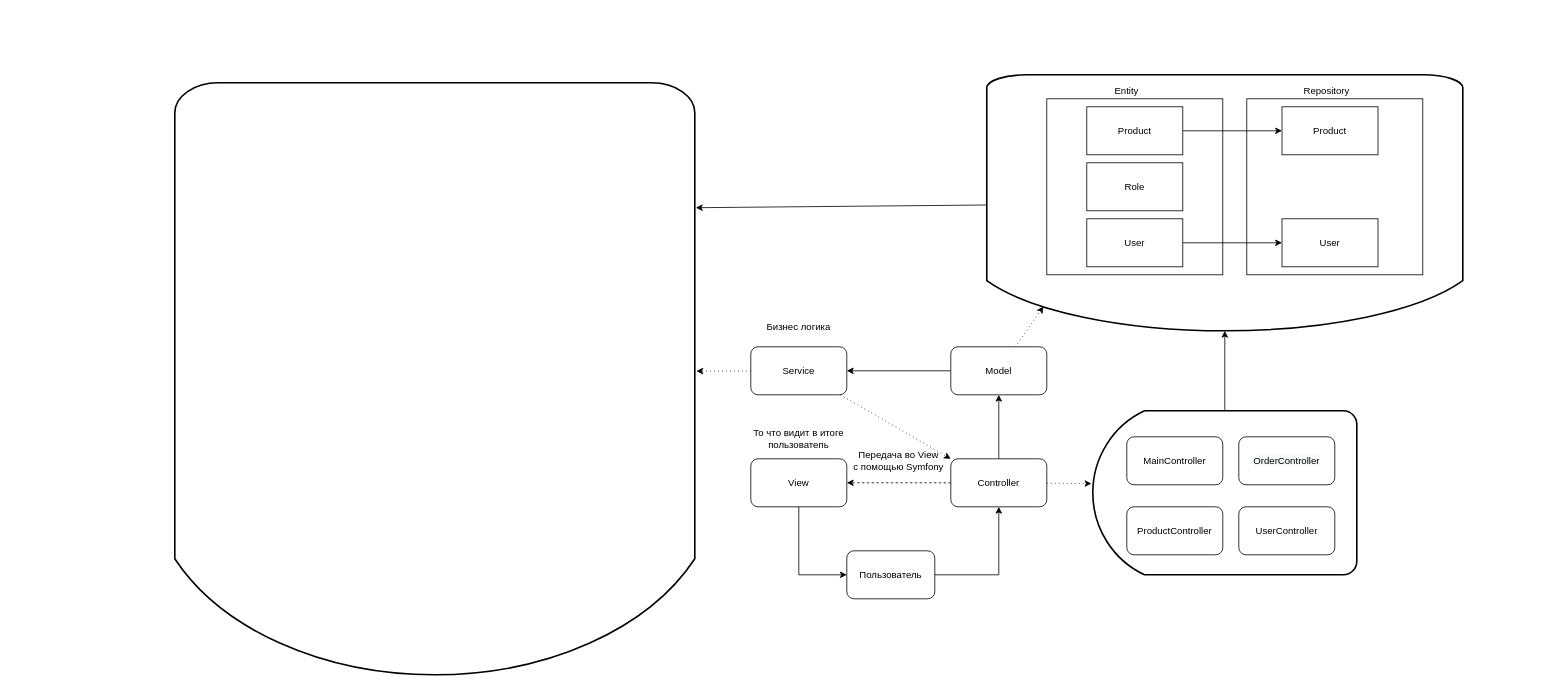
This is Untitled Diagram.drawio from sergeykotenkogithub/phpShop, a draw.io file, before an edit. Source tidied: cells renumbered, new cells numbered last; positions are measured from the earlier drawing's top-left corner, leaving out a move shared by most shapes. Both pictures are drawn from the tidied source at 80%, with x=0, y=0 at pixel (174, 74).
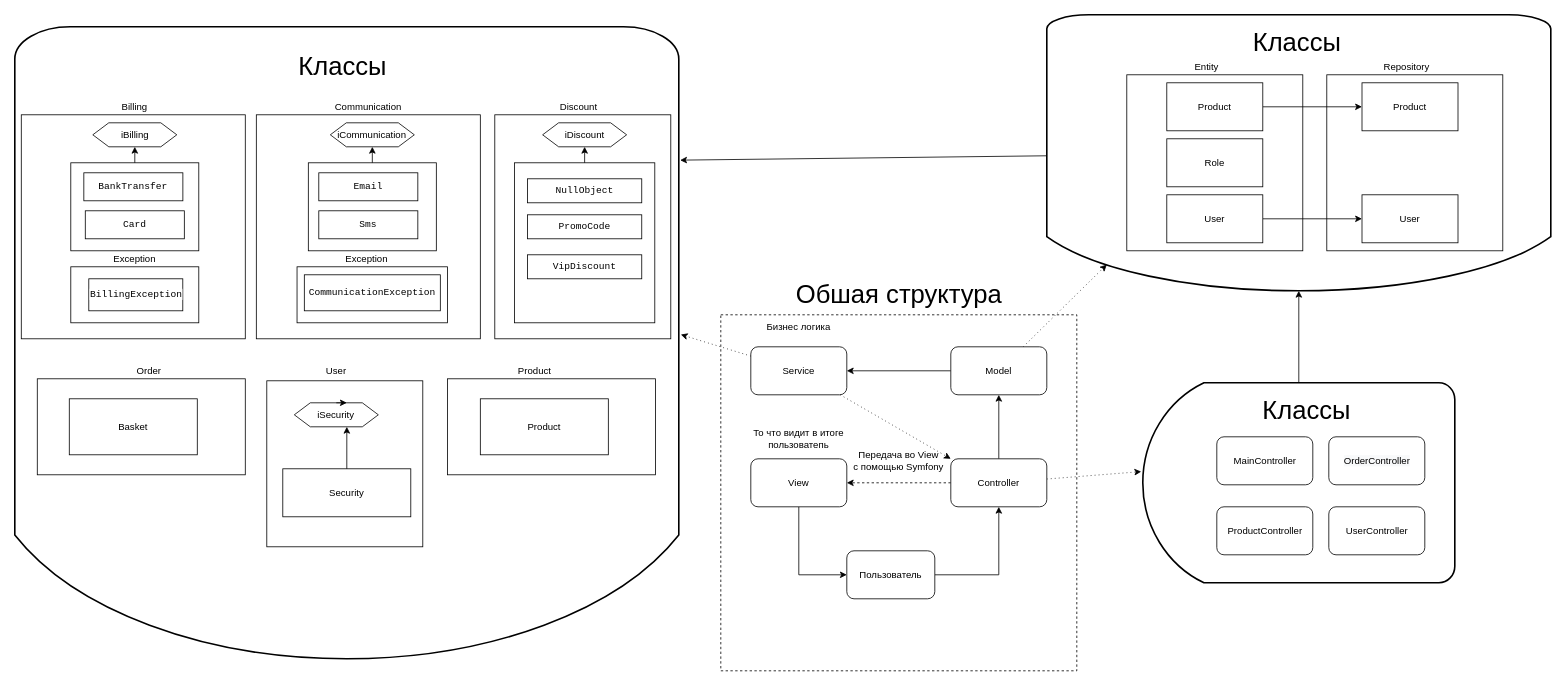
The same page after the edit.

What changed in the source:
```diff
@@
     <mxCell id="21" style="strokeWidth=2;html=1;shape=mxgraph.flowchart.delay;whiteSpace=wrap;shadow=0;labelBackgroundColor=none;sketch=0;fillColor=#ffffff;gradientColor=none;direction=west;" parent="1" vertex="1">
-      <mxGeometry x="1147.5" y="420" width="330" height="205" as="geometry" />
+      <mxGeometry x="1210" y="385" width="390" height="250" as="geometry" />
     </mxCell>
     <mxCell id="22" value="&lt;span&gt;MainController&lt;/span&gt;" style="rounded=1;whiteSpace=wrap;html=1;shadow=0;labelBackgroundColor=none;sketch=0;fillColor=#ffffff;gradientColor=none;" parent="1" vertex="1">
-      <mxGeometry x="1190" y="452.5" width="120" height="60" as="geometry" />
+      <mxGeometry x="1302.5" y="452.5" width="120" height="60" as="geometry" />
     </mxCell>
     <mxCell id="23" value="&#10;&#10;&lt;span style=&quot;color: rgb(0, 0, 0); font-family: helvetica; font-size: 12px; font-style: normal; font-weight: 400; letter-spacing: normal; text-align: center; text-indent: 0px; text-transform: none; word-spacing: 0px; background-color: rgb(248, 249, 250); display: inline; float: none;&quot;&gt;OrderController&lt;/span&gt;&#10;&#10;" style="rounded=1;whiteSpace=wrap;html=1;shadow=0;labelBackgroundColor=none;sketch=0;fillColor=#ffffff;gradientColor=none;" parent="1" vertex="1">
-      <mxGeometry x="1330" y="452.5" width="120" height="60" as="geometry" />
+      <mxGeometry x="1442.5" y="452.5" width="120" height="60" as="geometry" />
     </mxCell>
     <mxCell id="24" value="&lt;span&gt;ProductController&lt;/span&gt;" style="rounded=1;whiteSpace=wrap;html=1;shadow=0;labelBackgroundColor=none;sketch=0;fillColor=#ffffff;gradientColor=none;" parent="1" vertex="1">
-      <mxGeometry x="1190" y="540" width="120" height="60" as="geometry" />
+      <mxGeometry x="1302.5" y="540" width="120" height="60" as="geometry" />
     </mxCell>
     <mxCell id="25" value="&lt;span&gt;UserController&lt;/span&gt;" style="rounded=1;whiteSpace=wrap;html=1;shadow=0;labelBackgroundColor=none;sketch=0;fillColor=#ffffff;gradientColor=none;" parent="1" vertex="1">
-      <mxGeometry x="1330" y="540" width="120" height="60" as="geometry" />
+      <mxGeometry x="1442.5" y="540" width="120" height="60" as="geometry" />
     </mxCell>
@@
     <mxCell id="27" style="strokeWidth=2;html=1;shape=mxgraph.flowchart.delay;whiteSpace=wrap;shadow=0;labelBackgroundColor=none;sketch=0;fillColor=#ffffff;gradientColor=none;direction=south;" parent="1" vertex="1">
-      <mxGeometry x="1015" width="595" height="320" as="geometry" />
+      <mxGeometry x="1090" y="-75" width="630" height="345" as="geometry" />
     </mxCell>
     <mxCell id="28" style="edgeStyle=none;rounded=0;orthogonalLoop=1;jettySize=auto;html=1;exitX=0;exitY=0.5;exitDx=0;exitDy=0;exitPerimeter=0;dashed=1;dashPattern=1 4;" parent="1" edge="1">
       <mxGeometry relative="1" as="geometry">
-        <mxPoint x="1295" y="60" as="sourcePoint" />
-        <mxPoint x="1295" y="60" as="targetPoint" />
+        <mxPoint x="1395" y="30" as="sourcePoint" />
+        <mxPoint x="1395" y="30" as="targetPoint" />
       </mxGeometry>
     </mxCell>
     <mxCell id="29" style="whiteSpace=wrap;html=1;shadow=0;labelBackgroundColor=none;sketch=0;fillColor=#ffffff;gradientColor=none;" parent="1" vertex="1">
-      <mxGeometry x="1090" y="30" width="220" height="220" as="geometry" />
+      <mxGeometry x="1190" width="220" height="220" as="geometry" />
     </mxCell>
     <mxCell id="30" style="whiteSpace=wrap;html=1;shadow=0;labelBackgroundColor=none;sketch=0;fillColor=#ffffff;gradientColor=none;" parent="1" vertex="1">
-      <mxGeometry x="1340" y="30" width="220" height="220" as="geometry" />
+      <mxGeometry x="1440" width="220" height="220" as="geometry" />
     </mxCell>
@@
     <mxCell id="32" value="Product" style="rounded=0;whiteSpace=wrap;html=1;shadow=0;labelBackgroundColor=none;sketch=0;fillColor=#ffffff;gradientColor=none;" parent="1" vertex="1">
-      <mxGeometry x="1140" y="40" width="120" height="60" as="geometry" />
+      <mxGeometry x="1240" y="10" width="120" height="60" as="geometry" />
     </mxCell>
     <mxCell id="33" value="Role" style="rounded=0;whiteSpace=wrap;html=1;shadow=0;labelBackgroundColor=none;sketch=0;fillColor=#ffffff;gradientColor=none;" parent="1" vertex="1">
-      <mxGeometry x="1140" y="110" width="120" height="60" as="geometry" />
+      <mxGeometry x="1240" y="80" width="120" height="60" as="geometry" />
     </mxCell>
     <mxCell id="34" value="Entity" style="text;html=1;strokeColor=none;fillColor=none;align=center;verticalAlign=middle;whiteSpace=wrap;rounded=0;shadow=0;labelBackgroundColor=none;sketch=0;" parent="1" vertex="1">
-      <mxGeometry x="1170" y="10" width="40" height="20" as="geometry" />
+      <mxGeometry x="1270" y="-20" width="40" height="20" as="geometry" />
     </mxCell>
     <mxCell id="35" value="Repository" style="text;html=1;strokeColor=none;fillColor=none;align=center;verticalAlign=middle;whiteSpace=wrap;rounded=0;shadow=0;labelBackgroundColor=none;sketch=0;" parent="1" vertex="1">
-      <mxGeometry x="1420" y="10" width="40" height="20" as="geometry" />
+      <mxGeometry x="1520" y="-20" width="40" height="20" as="geometry" />
     </mxCell>
@@
     <mxCell id="37" value="User" style="rounded=0;whiteSpace=wrap;html=1;shadow=0;labelBackgroundColor=none;sketch=0;fillColor=#ffffff;gradientColor=none;" parent="1" vertex="1">
-      <mxGeometry x="1140" y="180" width="120" height="60" as="geometry" />
+      <mxGeometry x="1240" y="150" width="120" height="60" as="geometry" />
     </mxCell>
     <mxCell id="38" value="Product" style="rounded=0;whiteSpace=wrap;html=1;shadow=0;labelBackgroundColor=none;sketch=0;fillColor=#ffffff;gradientColor=none;" parent="1" vertex="1">
-      <mxGeometry x="1384" y="40" width="120" height="60" as="geometry" />
+      <mxGeometry x="1484" y="10" width="120" height="60" as="geometry" />
     </mxCell>
     <mxCell id="39" value="User" style="rounded=0;whiteSpace=wrap;html=1;shadow=0;labelBackgroundColor=none;sketch=0;fillColor=#ffffff;gradientColor=none;" parent="1" vertex="1">
-      <mxGeometry x="1384" y="180" width="120" height="60" as="geometry" />
+      <mxGeometry x="1484" y="150" width="120" height="60" as="geometry" />
     </mxCell>
@@
     <mxCell id="41" style="strokeWidth=2;html=1;shape=mxgraph.flowchart.delay;whiteSpace=wrap;shadow=0;labelBackgroundColor=none;sketch=0;fillColor=#ffffff;gradientColor=none;direction=south;" parent="1" vertex="1">
-      <mxGeometry y="10" width="650" height="740" as="geometry" />
+      <mxGeometry x="-200" y="-60" width="830" height="790" as="geometry" />
     </mxCell>
+    <mxCell id="42" value="Billing" style="text;html=1;strokeColor=none;fillColor=none;align=center;verticalAlign=middle;whiteSpace=wrap;rounded=0;shadow=0;labelBackgroundColor=none;sketch=0;" parent="1" vertex="1">
+      <mxGeometry x="-70" y="30" width="40" height="20" as="geometry" />
+    </mxCell>
+    <mxCell id="43" style="whiteSpace=wrap;html=1;shadow=0;labelBackgroundColor=none;sketch=0;fillColor=#ffffff;gradientColor=none;" parent="1" vertex="1">
+      <mxGeometry x="-191.9" y="50" width="280" height="280" as="geometry" />
+    </mxCell>
+    <mxCell id="44" value="iBilling" style="shape=hexagon;perimeter=hexagonPerimeter2;whiteSpace=wrap;html=1;fixedSize=1;shadow=0;labelBackgroundColor=none;sketch=0;fillColor=#ffffff;gradientColor=none;" parent="1" vertex="1">
+      <mxGeometry x="-102.5" y="60" width="105" height="30" as="geometry" />
+    </mxCell>
+    <mxCell id="45" value="&lt;pre style=&quot;font-family: &amp;quot;jetbrains mono&amp;quot;, monospace;&quot;&gt;&lt;span style=&quot;background-color: rgb(255, 255, 255);&quot;&gt;BankTransfer&lt;/span&gt;&lt;/pre&gt;" style="rounded=0;whiteSpace=wrap;html=1;shadow=0;labelBackgroundColor=none;sketch=0;fillColor=#ffffff;gradientColor=none;" parent="1" vertex="1">
+      <mxGeometry x="-113.7" y="122.5" width="123.8" height="35" as="geometry" />
+    </mxCell>
+    <mxCell id="46" value="&lt;pre style=&quot;font-family: &amp;quot;jetbrains mono&amp;quot;, monospace;&quot;&gt;&lt;span style=&quot;background-color: rgb(255, 255, 255);&quot;&gt;Card&lt;/span&gt;&lt;/pre&gt;" style="rounded=0;whiteSpace=wrap;html=1;shadow=0;labelBackgroundColor=none;sketch=0;fillColor=#ffffff;gradientColor=none;" parent="1" vertex="1">
+      <mxGeometry x="-111.9" y="170" width="123.8" height="35" as="geometry" />
+    </mxCell>
+    <mxCell id="47" style="edgeStyle=none;rounded=0;jettySize=auto;html=1;" parent="1" edge="1" source="48" target="44">
+      <mxGeometry relative="1" as="geometry" />
+    </mxCell>
+    <mxCell id="48" style="rounded=0;whiteSpace=wrap;html=1;shadow=0;labelBackgroundColor=none;sketch=0;fillColor=none;gradientColor=none;" parent="1" vertex="1">
+      <mxGeometry x="-130" y="110" width="160" height="110" as="geometry" />
+    </mxCell>
+    <mxCell id="49" style="rounded=0;whiteSpace=wrap;html=1;shadow=0;labelBackgroundColor=none;sketch=0;fillColor=none;gradientColor=none;" parent="1" vertex="1">
+      <mxGeometry x="-130" y="240" width="160" height="70" as="geometry" />
+    </mxCell>
+    <mxCell id="50" value="Exception" style="text;html=1;strokeColor=none;fillColor=none;align=center;verticalAlign=middle;whiteSpace=wrap;rounded=0;shadow=0;labelBackgroundColor=none;sketch=0;" parent="1" vertex="1">
+      <mxGeometry x="-70" y="220" width="40" height="20" as="geometry" />
+    </mxCell>
+    <mxCell id="51" value="&lt;pre style=&quot;font-family: &amp;#34;jetbrains mono&amp;#34; , monospace&quot;&gt;&lt;span style=&quot;background-color: rgb(255 , 255 , 255)&quot;&gt;BillingException&lt;/span&gt;&lt;/pre&gt;" style="rounded=0;whiteSpace=wrap;html=1;shadow=0;labelBackgroundColor=none;sketch=0;fillColor=none;gradientColor=none;" parent="1" vertex="1">
+      <mxGeometry x="-107.5" y="255" width="117.5" height="40" as="geometry" />
+    </mxCell>
+    <mxCell id="52" style="whiteSpace=wrap;html=1;shadow=0;labelBackgroundColor=none;sketch=0;fillColor=none;gradientColor=none;dashed=1;" parent="1" vertex="1">
+      <mxGeometry x="682.5" y="300" width="445" height="445" as="geometry" />
+    </mxCell>
+    <mxCell id="53" value="Обшая структура" style="text;html=1;strokeColor=none;fillColor=none;align=center;verticalAlign=middle;whiteSpace=wrap;rounded=0;shadow=0;dashed=1;labelBackgroundColor=none;sketch=0;fontSize=32;" parent="1" vertex="1">
+      <mxGeometry x="757.5" y="265" width="295" height="20" as="geometry" />
+    </mxCell>
+    <mxCell id="54" value="Классы" style="text;html=1;strokeColor=none;fillColor=none;align=center;verticalAlign=middle;whiteSpace=wrap;rounded=0;shadow=0;dashed=1;labelBackgroundColor=none;sketch=0;fontSize=32;" parent="1" vertex="1">
+      <mxGeometry x="190" y="-20" width="40" height="20" as="geometry" />
+    </mxCell>
+    <mxCell id="55" value="Классы" style="text;html=1;strokeColor=none;fillColor=none;align=center;verticalAlign=middle;whiteSpace=wrap;rounded=0;shadow=0;dashed=1;labelBackgroundColor=none;sketch=0;fontSize=32;" parent="1" vertex="1">
+      <mxGeometry x="1382.5" y="-50" width="40" height="20" as="geometry" />
+    </mxCell>
+    <mxCell id="56" value="Классы" style="text;html=1;strokeColor=none;fillColor=none;align=center;verticalAlign=middle;whiteSpace=wrap;rounded=0;shadow=0;dashed=1;labelBackgroundColor=none;sketch=0;fontSize=32;" parent="1" vertex="1">
+      <mxGeometry x="1395" y="410" width="40" height="20" as="geometry" />
+    </mxCell>
+    <mxCell id="57" value="Communication" style="text;html=1;strokeColor=none;fillColor=none;align=center;verticalAlign=middle;whiteSpace=wrap;rounded=0;shadow=0;labelBackgroundColor=none;sketch=0;" parent="1" vertex="1">
+      <mxGeometry x="221.9" y="30" width="40" height="20" as="geometry" />
+    </mxCell>
+    <mxCell id="58" style="whiteSpace=wrap;html=1;shadow=0;labelBackgroundColor=none;sketch=0;fillColor=#ffffff;gradientColor=none;" parent="1" vertex="1">
+      <mxGeometry x="101.9" y="50" width="280" height="280" as="geometry" />
+    </mxCell>
+    <mxCell id="59" value="iCommunication" style="shape=hexagon;perimeter=hexagonPerimeter2;whiteSpace=wrap;html=1;fixedSize=1;shadow=0;labelBackgroundColor=none;sketch=0;fillColor=#ffffff;gradientColor=none;" parent="1" vertex="1">
+      <mxGeometry x="194.4" y="60" width="105" height="30" as="geometry" />
+    </mxCell>
+    <mxCell id="60" value="&lt;pre style=&quot;font-family: &amp;quot;jetbrains mono&amp;quot; , monospace&quot;&gt;&lt;font&gt;&lt;span style=&quot;background-color: rgb(255 , 255 , 255)&quot;&gt;Email&lt;/span&gt;&lt;/font&gt;&lt;/pre&gt;" style="rounded=0;whiteSpace=wrap;html=1;shadow=0;labelBackgroundColor=none;sketch=0;fillColor=#ffffff;gradientColor=none;" parent="1" vertex="1">
+      <mxGeometry x="180" y="122.5" width="123.8" height="35" as="geometry" />
+    </mxCell>
+    <mxCell id="61" value="&lt;pre style=&quot;font-family: &amp;quot;jetbrains mono&amp;quot;, monospace;&quot;&gt;&lt;span style=&quot;background-color: rgb(255, 255, 255);&quot;&gt;Sms&lt;/span&gt;&lt;/pre&gt;" style="rounded=0;whiteSpace=wrap;html=1;shadow=0;labelBackgroundColor=none;sketch=0;fillColor=#ffffff;gradientColor=none;" parent="1" vertex="1">
+      <mxGeometry x="180" y="170" width="123.8" height="35" as="geometry" />
+    </mxCell>
+    <mxCell id="62" style="edgeStyle=none;rounded=0;jettySize=auto;html=1;" parent="1" edge="1" source="63" target="59">
+      <mxGeometry relative="1" as="geometry" />
+    </mxCell>
+    <mxCell id="63" style="rounded=0;whiteSpace=wrap;html=1;shadow=0;labelBackgroundColor=none;sketch=0;fillColor=none;gradientColor=none;" parent="1" vertex="1">
+      <mxGeometry x="166.9" y="110" width="160" height="110" as="geometry" />
+    </mxCell>
+    <mxCell id="64" style="rounded=0;whiteSpace=wrap;html=1;shadow=0;labelBackgroundColor=none;sketch=0;fillColor=none;gradientColor=none;" parent="1" vertex="1">
+      <mxGeometry x="152.8" y="240" width="188.1" height="70" as="geometry" />
+    </mxCell>
+    <mxCell id="65" value="Exception" style="text;html=1;strokeColor=none;fillColor=none;align=center;verticalAlign=middle;whiteSpace=wrap;rounded=0;shadow=0;labelBackgroundColor=none;sketch=0;" parent="1" vertex="1">
+      <mxGeometry x="220" y="220" width="40" height="20" as="geometry" />
+    </mxCell>
+    <mxCell id="66" value="&lt;pre style=&quot;font-family: &amp;#34;jetbrains mono&amp;#34; , monospace&quot;&gt;&lt;pre style=&quot;font-family: &amp;#34;jetbrains mono&amp;#34; , monospace&quot;&gt;&lt;span style=&quot;background-color: rgb(255 , 255 , 255)&quot;&gt;CommunicationException&lt;/span&gt;&lt;/pre&gt;&lt;/pre&gt;" style="rounded=0;whiteSpace=wrap;html=1;shadow=0;labelBackgroundColor=none;sketch=0;fillColor=none;gradientColor=none;" parent="1" vertex="1">
+      <mxGeometry x="161.9" y="250" width="170" height="45" as="geometry" />
+    </mxCell>
+    <mxCell id="67" style="rounded=0;whiteSpace=wrap;html=1;shadow=0;labelBackgroundColor=none;sketch=0;fontSize=32;fillColor=none;gradientColor=none;" parent="1" vertex="1">
+      <mxGeometry x="400" y="50" width="220" height="280" as="geometry" />
+    </mxCell>
+    <mxCell id="68" value="iDiscount" style="shape=hexagon;perimeter=hexagonPerimeter2;whiteSpace=wrap;html=1;fixedSize=1;shadow=0;labelBackgroundColor=none;sketch=0;fillColor=#ffffff;gradientColor=none;" parent="1" vertex="1">
+      <mxGeometry x="459.8" y="60" width="105" height="30" as="geometry" />
+    </mxCell>
+    <mxCell id="69" value="Discount" style="text;html=1;strokeColor=none;fillColor=none;align=center;verticalAlign=middle;whiteSpace=wrap;rounded=0;shadow=0;labelBackgroundColor=none;sketch=0;" parent="1" vertex="1">
+      <mxGeometry x="484.5" y="30" width="40" height="20" as="geometry" />
+    </mxCell>
+    <mxCell id="70" style="edgeStyle=none;rounded=0;jettySize=auto;html=1;entryX=0.5;entryY=1;entryDx=0;entryDy=0;fontSize=32;fontColor=#000000;" parent="1" edge="1" source="71" target="68">
+      <mxGeometry relative="1" as="geometry" />
+    </mxCell>
+    <mxCell id="71" style="rounded=0;whiteSpace=wrap;html=1;shadow=0;labelBackgroundColor=none;sketch=0;fillColor=none;gradientColor=none;" parent="1" vertex="1">
+      <mxGeometry x="424.5" y="110" width="175.5" height="200" as="geometry" />
+    </mxCell>
+    <mxCell id="72" value="&lt;pre style=&quot;font-family: &amp;#34;jetbrains mono&amp;#34; , monospace&quot;&gt;&lt;pre style=&quot;font-family: &amp;#34;jetbrains mono&amp;#34; , monospace&quot;&gt;&lt;pre style=&quot;font-family: &amp;#34;jetbrains mono&amp;#34; , monospace&quot;&gt;&lt;span style=&quot;background-color: rgb(255 , 255 , 255)&quot;&gt;NullObject&lt;/span&gt;&lt;/pre&gt;&lt;/pre&gt;&lt;/pre&gt;" style="rounded=0;whiteSpace=wrap;html=1;shadow=0;labelBackgroundColor=none;sketch=0;fillColor=none;gradientColor=none;" parent="1" vertex="1">
+      <mxGeometry x="440.9" y="130" width="142.8" height="30" as="geometry" />
+    </mxCell>
+    <mxCell id="73" value="&lt;pre style=&quot;font-family: &amp;#34;jetbrains mono&amp;#34; , monospace&quot;&gt;&lt;pre style=&quot;font-family: &amp;#34;jetbrains mono&amp;#34; , monospace&quot;&gt;&lt;pre style=&quot;font-family: &amp;#34;jetbrains mono&amp;#34; , monospace&quot;&gt;&lt;pre style=&quot;font-family: &amp;#34;jetbrains mono&amp;#34; , monospace&quot;&gt;&lt;span style=&quot;background-color: rgb(255 , 255 , 255)&quot;&gt;PromoCode&lt;/span&gt;&lt;/pre&gt;&lt;/pre&gt;&lt;/pre&gt;&lt;/pre&gt;" style="rounded=0;whiteSpace=wrap;html=1;shadow=0;labelBackgroundColor=none;sketch=0;fillColor=none;gradientColor=none;" parent="1" vertex="1">
+      <mxGeometry x="440.9" y="175" width="142.8" height="30" as="geometry" />
+    </mxCell>
+    <mxCell id="74" value="&lt;pre style=&quot;font-family: &amp;quot;jetbrains mono&amp;quot; , monospace&quot;&gt;&lt;pre style=&quot;font-family: &amp;quot;jetbrains mono&amp;quot; , monospace&quot;&gt;&lt;pre style=&quot;font-family: &amp;quot;jetbrains mono&amp;quot; , monospace&quot;&gt;&lt;pre style=&quot;font-family: &amp;quot;jetbrains mono&amp;quot;, monospace;&quot;&gt;&lt;span style=&quot;background-color: rgb(255, 255, 255);&quot;&gt;VipDiscount&lt;/span&gt;&lt;/pre&gt;&lt;/pre&gt;&lt;/pre&gt;&lt;/pre&gt;" style="rounded=0;whiteSpace=wrap;html=1;shadow=0;labelBackgroundColor=none;sketch=0;fillColor=none;gradientColor=none;" parent="1" vertex="1">
+      <mxGeometry x="440.9" y="225" width="142.8" height="30" as="geometry" />
+    </mxCell>
+    <mxCell id="75" style="rounded=0;whiteSpace=wrap;html=1;shadow=0;labelBackgroundColor=none;sketch=0;fontSize=32;fontColor=#000000;fillColor=none;gradientColor=none;" parent="1" vertex="1">
+      <mxGeometry x="-171.9" y="380" width="260" height="120" as="geometry" />
+    </mxCell>
+    <mxCell id="76" value="Order" style="text;html=1;strokeColor=none;fillColor=none;align=center;verticalAlign=middle;whiteSpace=wrap;rounded=0;shadow=0;labelBackgroundColor=none;sketch=0;fontSize=12;fontColor=#000000;" parent="1" vertex="1">
+      <mxGeometry x="-51.9" y="360" width="40" height="20" as="geometry" />
+    </mxCell>
+    <mxCell id="77" value="Basket" style="rounded=0;whiteSpace=wrap;html=1;shadow=0;labelBackgroundColor=none;sketch=0;fillColor=none;gradientColor=none;" parent="1" vertex="1">
+      <mxGeometry x="-131.9" y="405" width="160" height="70" as="geometry" />
+    </mxCell>
+    <mxCell id="78" style="rounded=0;whiteSpace=wrap;html=1;shadow=0;labelBackgroundColor=none;sketch=0;fontSize=32;fontColor=#000000;fillColor=none;gradientColor=none;" parent="1" vertex="1">
+      <mxGeometry x="340.9" y="380" width="260" height="120" as="geometry" />
+    </mxCell>
+    <mxCell id="79" value="Product" style="rounded=0;whiteSpace=wrap;html=1;shadow=0;labelBackgroundColor=none;sketch=0;fillColor=none;gradientColor=none;" parent="1" vertex="1">
+      <mxGeometry x="381.9" y="405" width="160" height="70" as="geometry" />
+    </mxCell>
+    <mxCell id="80" style="rounded=0;whiteSpace=wrap;html=1;shadow=0;labelBackgroundColor=none;sketch=0;fontSize=32;fontColor=#000000;fillColor=none;gradientColor=none;" parent="1" vertex="1">
+      <mxGeometry x="115" y="382.5" width="195" height="207.5" as="geometry" />
+    </mxCell>
+    <mxCell id="81" style="edgeStyle=none;rounded=0;jettySize=auto;html=1;entryX=0.625;entryY=1;entryDx=0;entryDy=0;fontSize=12;fontColor=#000000;" parent="1" edge="1" source="82" target="87">
+      <mxGeometry relative="1" as="geometry" />
+    </mxCell>
+    <mxCell id="82" value="Security" style="rounded=0;whiteSpace=wrap;html=1;shadow=0;labelBackgroundColor=none;sketch=0;fillColor=none;gradientColor=none;" parent="1" vertex="1">
+      <mxGeometry x="135" y="492.5" width="160" height="60" as="geometry" />
+    </mxCell>
+    <mxCell id="83" style="edgeStyle=none;rounded=0;orthogonalLoop=1;jettySize=auto;html=1;exitX=0.25;exitY=0;exitDx=0;exitDy=0;fontSize=12;fontColor=#000000;" parent="1" edge="1" source="79" target="79">
+      <mxGeometry relative="1" as="geometry" />
+    </mxCell>
+    <mxCell id="84" value="Product" style="text;html=1;strokeColor=none;fillColor=none;align=center;verticalAlign=middle;whiteSpace=wrap;rounded=0;shadow=0;labelBackgroundColor=none;sketch=0;fontSize=12;fontColor=#000000;" parent="1" vertex="1">
+      <mxGeometry x="430" y="360" width="40" height="20" as="geometry" />
+    </mxCell>
+    <mxCell id="85" style="edgeStyle=none;rounded=0;orthogonalLoop=1;jettySize=auto;html=1;exitX=0.5;exitY=0;exitDx=0;exitDy=0;fontSize=12;fontColor=#000000;" parent="1" edge="1" source="79" target="79">
+      <mxGeometry relative="1" as="geometry" />
+    </mxCell>
+    <mxCell id="86" value="User" style="text;html=1;strokeColor=none;fillColor=none;align=center;verticalAlign=middle;whiteSpace=wrap;rounded=0;shadow=0;labelBackgroundColor=none;sketch=0;fontSize=12;fontColor=#000000;" parent="1" vertex="1">
+      <mxGeometry x="181.9" y="360" width="40" height="20" as="geometry" />
+    </mxCell>
+    <mxCell id="87" value="iSecurity" style="shape=hexagon;perimeter=hexagonPerimeter2;whiteSpace=wrap;html=1;fixedSize=1;shadow=0;labelBackgroundColor=none;sketch=0;fillColor=#ffffff;gradientColor=none;" parent="1" vertex="1">
+      <mxGeometry x="149.4" y="410" width="105" height="30" as="geometry" />
+    </mxCell>
+    <mxCell id="88" style="edgeStyle=none;rounded=0;orthogonalLoop=1;jettySize=auto;html=1;exitX=0.5;exitY=0;exitDx=0;exitDy=0;entryX=0.625;entryY=0;entryDx=0;entryDy=0;fontSize=12;fontColor=#000000;" parent="1" edge="1" source="87" target="87">
+      <mxGeometry relative="1" as="geometry" />
+    </mxCell>
```
